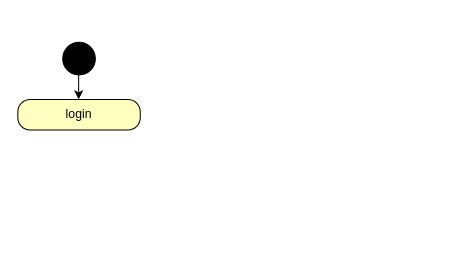
oualidazemray/ENIIMSPORTS-v2 keeps this draw.io diagram as activite.drawio. Above is the earlier version. Source tidied: cells renumbered, new cells numbered last; positions are measured from the earlier drawing's top-left corner, leaving out a move shared by most shapes. Both pictures are drawn from the tidied source at 102%, with x=0, y=0 at pixel (17, 38).
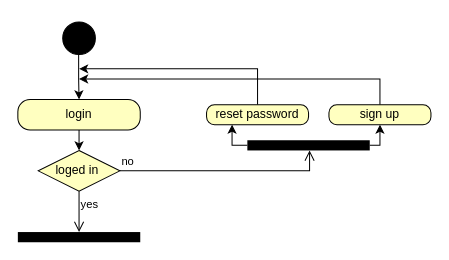
After the change.

Unchanged cells that the change refers to:
```xml
<mxCell id="4" value="login" style="rounded=1;whiteSpace=wrap;html=1;arcSize=40;fontColor=#000000;fillColor=#ffffc0;strokeColor=default;" parent="1" vertex="1">
  <mxGeometry y="60" width="120" height="30" as="geometry" />
</mxCell>
```

Diff of the diagram source:
```diff
@@
     <mxCell id="3" style="ellipse;html=1;shape=startState;fillColor=#000000;strokeColor=default;" parent="1" vertex="1">
-      <mxGeometry x="40" width="40" height="40" as="geometry" />
+      <mxGeometry x="40" y="-20" width="40" height="40" as="geometry" />
     </mxCell>
+    <mxCell id="5" style="edgeStyle=orthogonalEdgeStyle;rounded=0;jettySize=auto;html=1;exitX=0.5;exitY=1;exitDx=0;exitDy=0;entryX=0.5;entryY=0;entryDx=0;entryDy=0;" parent="1" edge="1" source="4" target="6">
+      <mxGeometry relative="1" as="geometry" />
+    </mxCell>
@@
+    <mxCell id="6" value="loged in&amp;nbsp;" style="rhombus;whiteSpace=wrap;html=1;fontColor=#000000;fillColor=#ffffc0;strokeColor=default;" parent="1" vertex="1">
+      <mxGeometry x="20" y="110" width="80" height="40" as="geometry" />
+    </mxCell>
+    <mxCell id="7" value="no" style="edgeStyle=orthogonalEdgeStyle;html=1;align=left;verticalAlign=bottom;endArrow=open;endSize=8;strokeColor=#000000;rounded=0;exitX=1;exitY=0.5;exitDx=0;exitDy=0;" parent="1" edge="1" source="6">
+      <mxGeometry x="-1" relative="1" as="geometry">
+        <mxPoint x="286" y="110" as="targetPoint" />
+        <Array as="points">
+          <mxPoint x="286" y="130" />
+        </Array>
+      </mxGeometry>
+    </mxCell>
+    <mxCell id="8" value="yes" style="edgeStyle=orthogonalEdgeStyle;html=1;align=left;verticalAlign=top;endArrow=open;endSize=8;strokeColor=#000000;rounded=0;entryX=0.5;entryY=0;entryDx=0;entryDy=0;" parent="1" edge="1" source="6" target="16">
+      <mxGeometry x="-1" relative="1" as="geometry" />
+    </mxCell>
+    <mxCell id="9" style="edgeStyle=orthogonalEdgeStyle;rounded=0;jettySize=auto;html=1;exitX=0.5;exitY=0;exitDx=0;exitDy=0;" parent="1" edge="1" source="10">
+      <mxGeometry relative="1" as="geometry">
+        <mxPoint x="60" y="30" as="targetPoint" />
+        <Array as="points">
+          <mxPoint x="235" y="30" />
+        </Array>
+      </mxGeometry>
+    </mxCell>
+    <mxCell id="10" value="reset password" style="rounded=1;whiteSpace=wrap;html=1;arcSize=40;fontColor=#000000;fillColor=#ffffc0;strokeColor=default;" parent="1" vertex="1">
+      <mxGeometry x="185" y="65.2" width="100" height="19.5" as="geometry" />
+    </mxCell>
+    <mxCell id="11" style="edgeStyle=orthogonalEdgeStyle;rounded=0;jettySize=auto;html=1;" parent="1" edge="1" source="12">
+      <mxGeometry relative="1" as="geometry">
+        <mxPoint x="60" y="40" as="targetPoint" />
+        <Array as="points">
+          <mxPoint x="355" y="40" />
+        </Array>
+      </mxGeometry>
+    </mxCell>
+    <mxCell id="12" value="sign up" style="rounded=1;whiteSpace=wrap;html=1;arcSize=40;fontColor=#000000;fillColor=#ffffc0;strokeColor=default;" parent="1" vertex="1">
+      <mxGeometry x="305" y="65.2" width="100" height="19.5" as="geometry" />
+    </mxCell>
+    <mxCell id="13" style="edgeStyle=orthogonalEdgeStyle;rounded=0;jettySize=auto;html=1;entryX=0.5;entryY=1;entryDx=0;entryDy=0;" parent="1" edge="1" source="15" target="12">
+      <mxGeometry relative="1" as="geometry">
+        <Array as="points">
+          <mxPoint x="355" y="105" />
+        </Array>
+      </mxGeometry>
+    </mxCell>
+    <mxCell id="14" style="edgeStyle=orthogonalEdgeStyle;rounded=0;jettySize=auto;html=1;entryX=0.25;entryY=1;entryDx=0;entryDy=0;" parent="1" edge="1" source="15" target="10">
+      <mxGeometry relative="1" as="geometry">
+        <Array as="points">
+          <mxPoint x="210" y="105" />
+        </Array>
+      </mxGeometry>
+    </mxCell>
+    <mxCell id="15" style="rounded=0;whiteSpace=wrap;html=1;fillColor=#000000;strokeColor=none;" parent="1" vertex="1">
+      <mxGeometry x="225" y="100" width="120" height="10" as="geometry" />
+    </mxCell>
+    <mxCell id="16" style="rounded=0;whiteSpace=wrap;html=1;fillColor=#000000;strokeColor=none;" parent="1" vertex="1">
+      <mxGeometry y="190" width="120" height="10" as="geometry" />
+    </mxCell>
```
